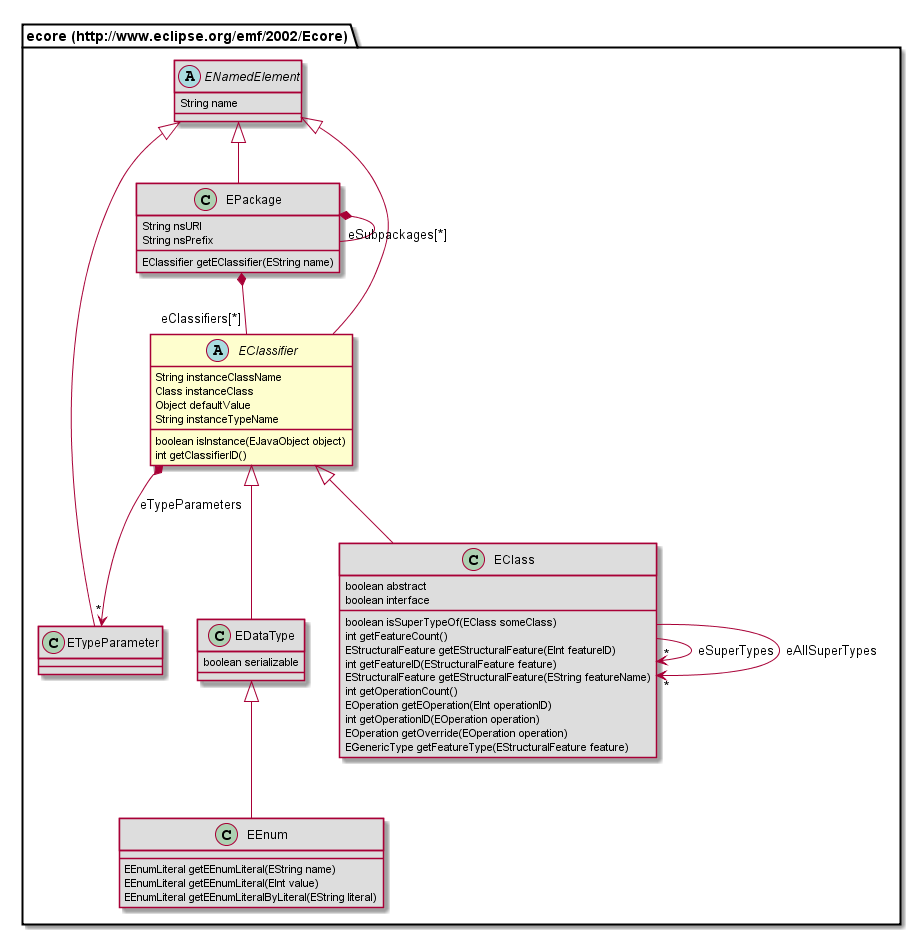
Above: org.nasdanika.cdo.security/site/resources/modeldoc/687474703a2f2f7777772e65636c697073652e6f72672f656d662f323030322f45636f7265/EClassifier.png in Nasdanika/server (PlantUML), before the change.
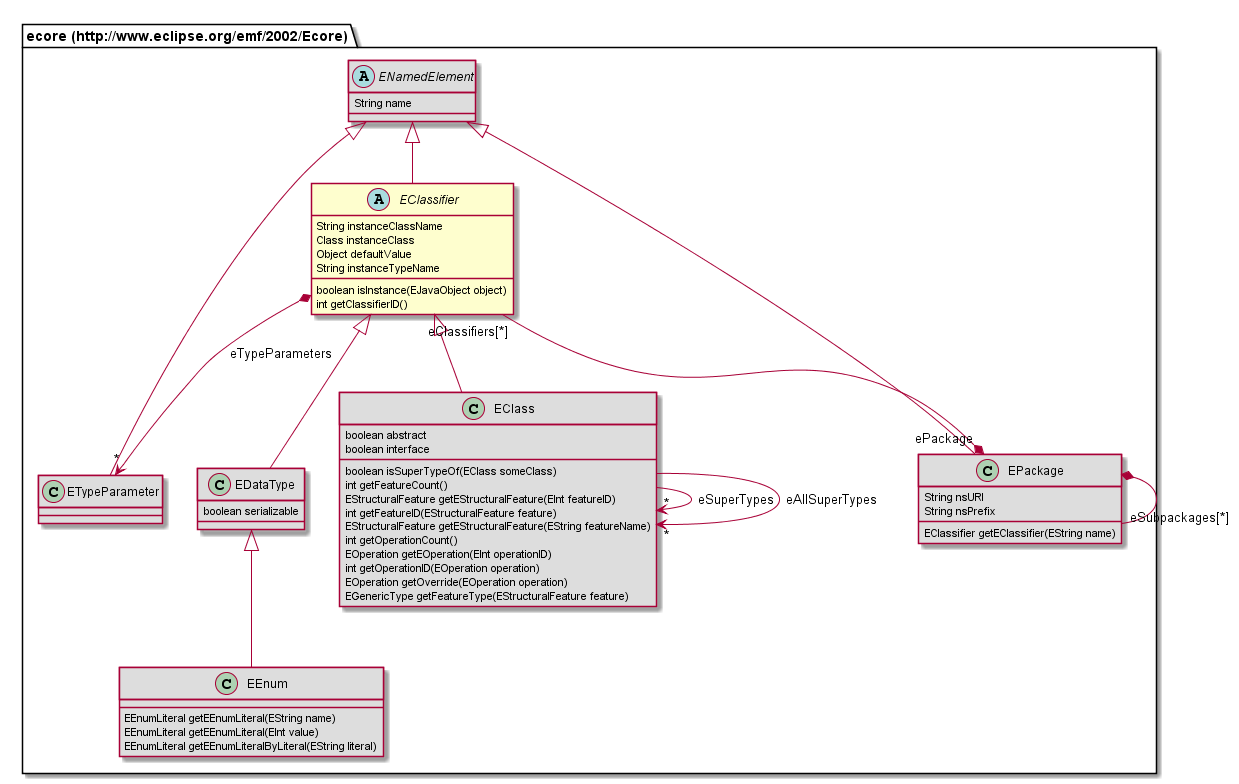
Above is the later version.

The edit, as a diff of the source:
```diff
@@ -7,20 +7,11 @@
 	boolean isInstance(EJavaObject object)
 	int getClassifierID()
 }
-class "ecore (http://www.eclipse.org/emf/2002/Ecore).EPackage" [[#router/doc-content/687474703a2f2f7777772e65636c697073652e6f72672f656d662f323030322f45636f7265/EPackage.html]] #DDDDDD {
-	String nsURI
-	String nsPrefix
-	EClassifier getEClassifier(EString name)
-}
 class "ecore (http://www.eclipse.org/emf/2002/Ecore).EDataType" [[#router/doc-content/687474703a2f2f7777772e65636c697073652e6f72672f656d662f323030322f45636f7265/EDataType.html]] #DDDDDD {
 	boolean serializable
 }
-class "ecore (http://www.eclipse.org/emf/2002/Ecore).ETypeParameter" [[#router/doc-content/687474703a2f2f7777772e65636c697073652e6f72672f656d662f323030322f45636f7265/ETypeParameter.html]] #DDDDDD {
-}
-class "ecore (http://www.eclipse.org/emf/2002/Ecore).EEnum" [[#router/doc-content/687474703a2f2f7777772e65636c697073652e6f72672f656d662f323030322f45636f7265/EEnum.html]] #DDDDDD {
-	EEnumLiteral getEEnumLiteral(EString name)
-	EEnumLiteral getEEnumLiteral(EInt value)
-	EEnumLiteral getEEnumLiteralByLiteral(EString literal)
+abstract class "ecore (http://www.eclipse.org/emf/2002/Ecore).ENamedElement" [[#router/doc-content/687474703a2f2f7777772e65636c697073652e6f72672f656d662f323030322f45636f7265/ENamedElement.html]] #DDDDDD {
+	String name
 }
 class "ecore (http://www.eclipse.org/emf/2002/Ecore).EClass" [[#router/doc-content/687474703a2f2f7777772e65636c697073652e6f72672f656d662f323030322f45636f7265/EClass.html]] #DDDDDD {
 	boolean abstract
@@ -36,18 +27,27 @@
 	EOperation getOverride(EOperation operation)
 	EGenericType getFeatureType(EStructuralFeature feature)
 }
-abstract class "ecore (http://www.eclipse.org/emf/2002/Ecore).ENamedElement" [[#router/doc-content/687474703a2f2f7777772e65636c697073652e6f72672f656d662f323030322f45636f7265/ENamedElement.html]] #DDDDDD {
-	String name
+class "ecore (http://www.eclipse.org/emf/2002/Ecore).EEnum" [[#router/doc-content/687474703a2f2f7777772e65636c697073652e6f72672f656d662f323030322f45636f7265/EEnum.html]] #DDDDDD {
+	EEnumLiteral getEEnumLiteral(EString name)
+	EEnumLiteral getEEnumLiteral(EInt value)
+	EEnumLiteral getEEnumLiteralByLiteral(EString literal)
 }
-"ecore (http://www.eclipse.org/emf/2002/Ecore).ENamedElement" <|-- "ecore (http://www.eclipse.org/emf/2002/Ecore).EPackage"
+class "ecore (http://www.eclipse.org/emf/2002/Ecore).ETypeParameter" [[#router/doc-content/687474703a2f2f7777772e65636c697073652e6f72672f656d662f323030322f45636f7265/ETypeParameter.html]] #DDDDDD {
+}
+class "ecore (http://www.eclipse.org/emf/2002/Ecore).EPackage" [[#router/doc-content/687474703a2f2f7777772e65636c697073652e6f72672f656d662f323030322f45636f7265/EPackage.html]] #DDDDDD {
+	String nsURI
+	String nsPrefix
+	EClassifier getEClassifier(EString name)
+}
 "ecore (http://www.eclipse.org/emf/2002/Ecore).EClassifier" <|-- "ecore (http://www.eclipse.org/emf/2002/Ecore).EDataType"
-"ecore (http://www.eclipse.org/emf/2002/Ecore).ENamedElement" <|-- "ecore (http://www.eclipse.org/emf/2002/Ecore).ETypeParameter"
-"ecore (http://www.eclipse.org/emf/2002/Ecore).EDataType" <|-- "ecore (http://www.eclipse.org/emf/2002/Ecore).EEnum"
 "ecore (http://www.eclipse.org/emf/2002/Ecore).ENamedElement" <|-- "ecore (http://www.eclipse.org/emf/2002/Ecore).EClassifier"
 "ecore (http://www.eclipse.org/emf/2002/Ecore).EClassifier" <|-- "ecore (http://www.eclipse.org/emf/2002/Ecore).EClass"
-"ecore (http://www.eclipse.org/emf/2002/Ecore).EPackage" *-- "eClassifiers[*]" "ecore (http://www.eclipse.org/emf/2002/Ecore).EClassifier"
-"ecore (http://www.eclipse.org/emf/2002/Ecore).EPackage" *-- "eSubpackages[*]" "ecore (http://www.eclipse.org/emf/2002/Ecore).EPackage"
+"ecore (http://www.eclipse.org/emf/2002/Ecore).EDataType" <|-- "ecore (http://www.eclipse.org/emf/2002/Ecore).EEnum"
+"ecore (http://www.eclipse.org/emf/2002/Ecore).ENamedElement" <|-- "ecore (http://www.eclipse.org/emf/2002/Ecore).ETypeParameter"
+"ecore (http://www.eclipse.org/emf/2002/Ecore).ENamedElement" <|-- "ecore (http://www.eclipse.org/emf/2002/Ecore).EPackage"
+"ecore (http://www.eclipse.org/emf/2002/Ecore).EClassifier" "eClassifiers[*]" --* "ePackage" "ecore (http://www.eclipse.org/emf/2002/Ecore).EPackage"
 "ecore (http://www.eclipse.org/emf/2002/Ecore).EClassifier" *--> "*" "ecore (http://www.eclipse.org/emf/2002/Ecore).ETypeParameter" : eTypeParameters
 "ecore (http://www.eclipse.org/emf/2002/Ecore).EClass" --> "*" "ecore (http://www.eclipse.org/emf/2002/Ecore).EClass" : eSuperTypes
 "ecore (http://www.eclipse.org/emf/2002/Ecore).EClass" --> "*" "ecore (http://www.eclipse.org/emf/2002/Ecore).EClass" : eAllSuperTypes
+"ecore (http://www.eclipse.org/emf/2002/Ecore).EPackage" *-- "eSubpackages[*]" "ecore (http://www.eclipse.org/emf/2002/Ecore).EPackage"
 @enduml
```
